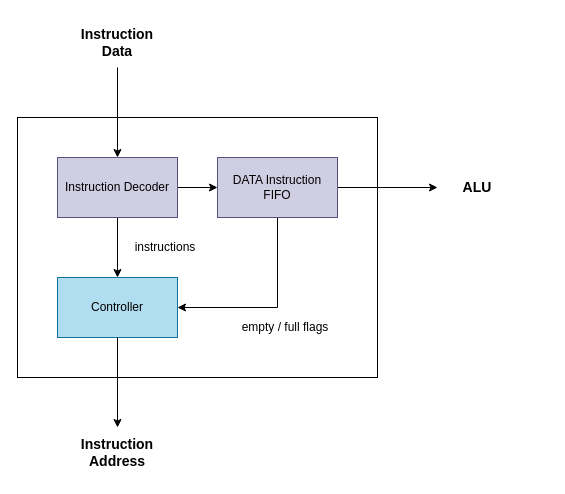
This is page "Control Unit" (2 of 3) of doc/friscv.drawio from dpretet/friscv, a draw.io file, before an edit. Source tidied: cells renumbered, new cells numbered last; positions are measured from the earlier drawing's top-left corner, leaving out a move shared by most shapes. Both pictures are drawn from the tidied source at 100%, with x=0, y=0 at pixel (17, 17).
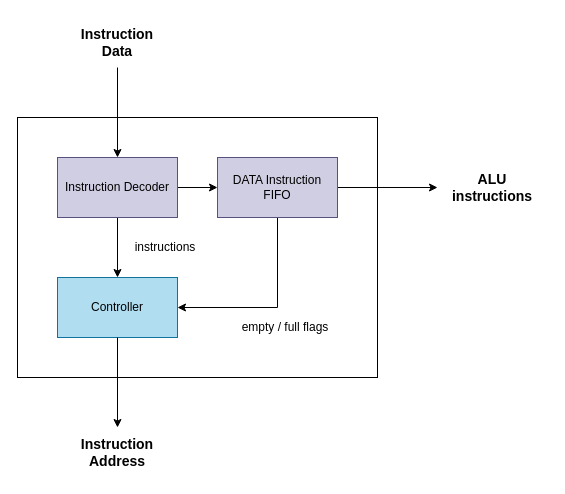
After the change.

The edit, as a diff of the source:
```diff
@@
 <mxGraphModel>
   <root>
     <mxCell id="0" />
     <mxCell id="1" parent="0" />
     <mxCell id="2" style="rounded=0;whiteSpace=wrap;html=1;" parent="1" vertex="1">
       <mxGeometry y="100" width="360" height="260" as="geometry" />
     </mxCell>
     <mxCell id="3" style="edgeStyle=orthogonalEdgeStyle;rounded=0;jettySize=auto;html=1;startArrow=none;startFill=0;exitX=0.5;exitY=1;exitDx=0;exitDy=0;" parent="1" edge="1" source="12" target="6">
       <mxGeometry relative="1" as="geometry" />
     </mxCell>
     <mxCell id="4" style="edgeStyle=orthogonalEdgeStyle;rounded=0;jettySize=auto;html=1;startArrow=none;startFill=0;" parent="1" edge="1" source="6" target="10">
       <mxGeometry relative="1" as="geometry" />
     </mxCell>
     <mxCell id="5" style="edgeStyle=orthogonalEdgeStyle;rounded=0;jettySize=auto;html=1;startArrow=none;startFill=0;" parent="1" edge="1" source="6" target="9">
       <mxGeometry relative="1" as="geometry" />
     </mxCell>
     <mxCell id="6" value="Instruction Decoder" style="rounded=0;whiteSpace=wrap;html=1;fillColor=#d0cee2;strokeColor=#56517e;" parent="1" vertex="1">
       <mxGeometry x="40" y="140" width="120" height="60" as="geometry" />
     </mxCell>
     <mxCell id="7" style="edgeStyle=orthogonalEdgeStyle;rounded=0;jettySize=auto;html=1;exitX=0.5;exitY=1;exitDx=0;exitDy=0;entryX=1;entryY=0.5;entryDx=0;entryDy=0;startArrow=none;startFill=0;" parent="1" edge="1" source="9" target="10">
       <mxGeometry relative="1" as="geometry" />
     </mxCell>
     <mxCell id="8" style="edgeStyle=orthogonalEdgeStyle;rounded=0;jettySize=auto;html=1;exitX=1;exitY=0.5;exitDx=0;exitDy=0;startArrow=none;startFill=0;entryX=0;entryY=0.5;entryDx=0;entryDy=0;" parent="1" edge="1" source="9" target="13">
       <mxGeometry relative="1" as="geometry" />
     </mxCell>
     <mxCell id="9" value="DATA Instruction FIFO" style="rounded=0;whiteSpace=wrap;html=1;fillColor=#d0cee2;strokeColor=#56517e;" parent="1" vertex="1">
       <mxGeometry x="200" y="140" width="120" height="60" as="geometry" />
     </mxCell>
     <mxCell id="10" value="Controller" style="rounded=0;whiteSpace=wrap;html=1;fillColor=#b1ddf0;strokeColor=#10739e;" parent="1" vertex="1">
       <mxGeometry x="40" y="260" width="120" height="60" as="geometry" />
     </mxCell>
     <mxCell id="11" value="empty / full flags" style="text;html=1;strokeColor=none;fillColor=none;align=center;verticalAlign=middle;whiteSpace=wrap;rounded=0;" parent="1" vertex="1">
       <mxGeometry x="220" y="300" width="96" height="20" as="geometry" />
     </mxCell>
     <mxCell id="12" value="Instruction Data" style="text;html=1;strokeColor=none;fillColor=none;align=center;verticalAlign=middle;whiteSpace=wrap;rounded=0;fontSize=14;fontStyle=1;" parent="1" vertex="1">
       <mxGeometry x="60" width="80" height="50" as="geometry" />
     </mxCell>
-    <mxCell id="13" value="ALU" style="text;html=1;strokeColor=none;fillColor=none;align=center;verticalAlign=middle;whiteSpace=wrap;rounded=0;fontSize=14;fontStyle=1;" parent="1" vertex="1">
-      <mxGeometry x="420" y="145" width="80" height="50" as="geometry" />
+    <mxCell id="13" value="ALU instructions" style="text;html=1;strokeColor=none;fillColor=none;align=center;verticalAlign=middle;whiteSpace=wrap;rounded=0;fontSize=14;fontStyle=1;" parent="1" vertex="1">
+      <mxGeometry x="420" y="145" width="110" height="50" as="geometry" />
     </mxCell>
     <mxCell id="14" value="instructions" style="text;html=1;strokeColor=none;fillColor=none;align=center;verticalAlign=middle;whiteSpace=wrap;rounded=0;" parent="1" vertex="1">
       <mxGeometry x="100" y="220" width="96" height="20" as="geometry" />
     </mxCell>
     <mxCell id="15" style="edgeStyle=orthogonalEdgeStyle;rounded=0;orthogonalLoop=1;jettySize=auto;html=1;exitX=0.5;exitY=1;exitDx=0;exitDy=0;startArrow=none;startFill=0;fontSize=14;" parent="1" edge="1" source="14" target="14">
       <mxGeometry relative="1" as="geometry" />
     </mxCell>
     <mxCell id="16" style="edgeStyle=orthogonalEdgeStyle;rounded=0;jettySize=auto;html=1;startArrow=none;startFill=0;fontSize=14;entryX=0.5;entryY=0;entryDx=0;entryDy=0;" parent="1" edge="1" source="10" target="17">
       <mxGeometry relative="1" as="geometry" />
     </mxCell>
     <mxCell id="17" value="Instruction Address" style="text;html=1;strokeColor=none;fillColor=none;align=center;verticalAlign=middle;whiteSpace=wrap;rounded=0;fontSize=14;fontStyle=1;" parent="1" vertex="1">
       <mxGeometry x="60" y="410" width="80" height="50" as="geometry" />
     </mxCell>
   </root>
 </mxGraphModel>
```
